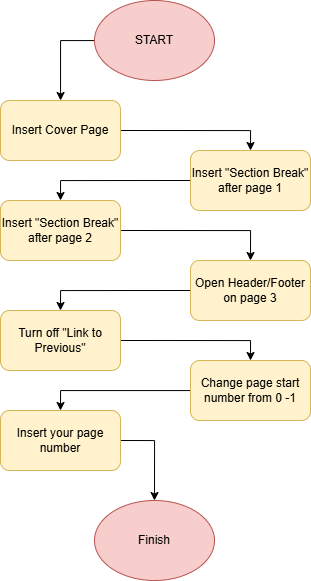
Earlier version of the draw.io export page_number.drawio.png (Benjihunt97/Flowcharts). Source tidied: cells renumbered, new cells last; positions are measured from the earlier drawing's top-left corner, leaving out a move shared by most shapes.
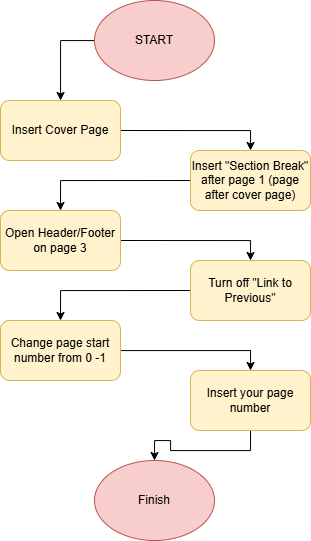
After the change.

Diff of the diagram source:
```diff
@@ -18,44 +18,38 @@
     <mxCell id="5" value="Insert Cover Page" style="rounded=1;whiteSpace=wrap;html=1;fillColor=#fff2cc;strokeColor=#d6b656;" parent="1" vertex="1">
       <mxGeometry y="100" width="120" height="60" as="geometry" />
     </mxCell>
-    <mxCell id="6" style="edgeStyle=orthogonalEdgeStyle;rounded=0;jettySize=auto;html=1;exitX=0;exitY=0.5;exitDx=0;exitDy=0;entryX=0.5;entryY=0;entryDx=0;entryDy=0;" parent="1" edge="1" source="7" target="9">
-      <mxGeometry relative="1" as="geometry" />
-    </mxCell>
+    <mxCell id="19" style="edgeStyle=orthogonalEdgeStyle;rounded=0;jettySize=auto;html=1;exitX=0;exitY=0.5;exitDx=0;exitDy=0;entryX=0.5;entryY=0;entryDx=0;entryDy=0;" parent="1" edge="1" source="7" target="11">
+      <mxGeometry relative="1" as="geometry" />
+    </mxCell>
-    <mxCell id="7" value="Insert &quot;Section Break&quot; after page 1" style="rounded=1;whiteSpace=wrap;html=1;fillColor=#fff2cc;strokeColor=#d6b656;" parent="1" vertex="1">
+    <mxCell id="7" value="Insert &quot;Section Break&quot; after page 1 (page after cover page)" style="rounded=1;whiteSpace=wrap;html=1;fillColor=#fff2cc;strokeColor=#d6b656;" parent="1" vertex="1">
       <mxGeometry x="190" y="150" width="120" height="60" as="geometry" />
     </mxCell>
-    <mxCell id="8" style="edgeStyle=orthogonalEdgeStyle;rounded=0;jettySize=auto;html=1;exitX=1;exitY=0.5;exitDx=0;exitDy=0;entryX=0.5;entryY=0;entryDx=0;entryDy=0;" parent="1" edge="1" source="9" target="11">
-      <mxGeometry relative="1" as="geometry" />
-    </mxCell>
-    <mxCell id="9" value="Insert &quot;Section Break&quot; after page 2" style="rounded=1;whiteSpace=wrap;html=1;fillColor=#fff2cc;strokeColor=#d6b656;" parent="1" vertex="1">
-      <mxGeometry y="200" width="120" height="60" as="geometry" />
-    </mxCell>
-    <mxCell id="10" style="edgeStyle=orthogonalEdgeStyle;rounded=0;jettySize=auto;html=1;exitX=0;exitY=0.5;exitDx=0;exitDy=0;entryX=0.5;entryY=0;entryDx=0;entryDy=0;" parent="1" edge="1" source="11" target="13">
+    <mxCell id="10" style="edgeStyle=orthogonalEdgeStyle;rounded=0;jettySize=auto;html=1;exitX=1;exitY=0.5;exitDx=0;exitDy=0;entryX=0.5;entryY=0;entryDx=0;entryDy=0;" parent="1" edge="1" source="11" target="13">
       <mxGeometry relative="1" as="geometry" />
     </mxCell>
     <mxCell id="11" value="Open Header/Footer on page 3" style="rounded=1;whiteSpace=wrap;html=1;fillColor=#fff2cc;strokeColor=#d6b656;" parent="1" vertex="1">
-      <mxGeometry x="190" y="260" width="120" height="60" as="geometry" />
+      <mxGeometry y="210" width="120" height="60" as="geometry" />
     </mxCell>
-    <mxCell id="12" style="edgeStyle=orthogonalEdgeStyle;rounded=0;jettySize=auto;html=1;exitX=1;exitY=0.5;exitDx=0;exitDy=0;entryX=0.5;entryY=0;entryDx=0;entryDy=0;" parent="1" edge="1" source="13" target="15">
+    <mxCell id="12" style="edgeStyle=orthogonalEdgeStyle;rounded=0;jettySize=auto;html=1;exitX=0;exitY=0.5;exitDx=0;exitDy=0;entryX=0.5;entryY=0;entryDx=0;entryDy=0;" parent="1" edge="1" source="13" target="15">
       <mxGeometry relative="1" as="geometry" />
     </mxCell>
     <mxCell id="13" value="Turn off &quot;Link to Previous&quot;" style="rounded=1;whiteSpace=wrap;html=1;fillColor=#fff2cc;strokeColor=#d6b656;" parent="1" vertex="1">
-      <mxGeometry y="310" width="120" height="60" as="geometry" />
+      <mxGeometry x="190" y="260" width="120" height="60" as="geometry" />
     </mxCell>
     <mxCell id="14" style="edgeStyle=orthogonalEdgeStyle;rounded=0;jettySize=auto;html=1;entryX=0.5;entryY=0;entryDx=0;entryDy=0;" parent="1" edge="1" source="15" target="17">
       <mxGeometry relative="1" as="geometry" />
     </mxCell>
     <mxCell id="15" value="Change page start number from 0 -1" style="rounded=1;whiteSpace=wrap;html=1;fillColor=#fff2cc;strokeColor=#d6b656;" parent="1" vertex="1">
-      <mxGeometry x="190" y="360" width="120" height="60" as="geometry" />
+      <mxGeometry y="320" width="120" height="60" as="geometry" />
     </mxCell>
-    <mxCell id="16" style="edgeStyle=orthogonalEdgeStyle;rounded=0;jettySize=auto;html=1;exitX=1;exitY=0.5;exitDx=0;exitDy=0;entryX=0.5;entryY=0;entryDx=0;entryDy=0;" parent="1" edge="1" source="17" target="18">
+    <mxCell id="16" style="edgeStyle=orthogonalEdgeStyle;rounded=0;jettySize=auto;html=1;exitX=0.5;exitY=1;exitDx=0;exitDy=0;" parent="1" edge="1" source="17" target="18">
       <mxGeometry relative="1" as="geometry" />
     </mxCell>
     <mxCell id="17" value="Insert your page number" style="rounded=1;whiteSpace=wrap;html=1;fillColor=#fff2cc;strokeColor=#d6b656;" parent="1" vertex="1">
-      <mxGeometry y="410" width="120" height="60" as="geometry" />
+      <mxGeometry x="190" y="370" width="120" height="60" as="geometry" />
     </mxCell>
     <mxCell id="18" value="Finish" style="ellipse;whiteSpace=wrap;html=1;fillColor=#f8cecc;strokeColor=#b85450;" parent="1" vertex="1">
-      <mxGeometry x="94" y="500" width="120" height="80" as="geometry" />
+      <mxGeometry x="94" y="460" width="120" height="80" as="geometry" />
     </mxCell>
   </root>
 </mxGraphModel>
```
